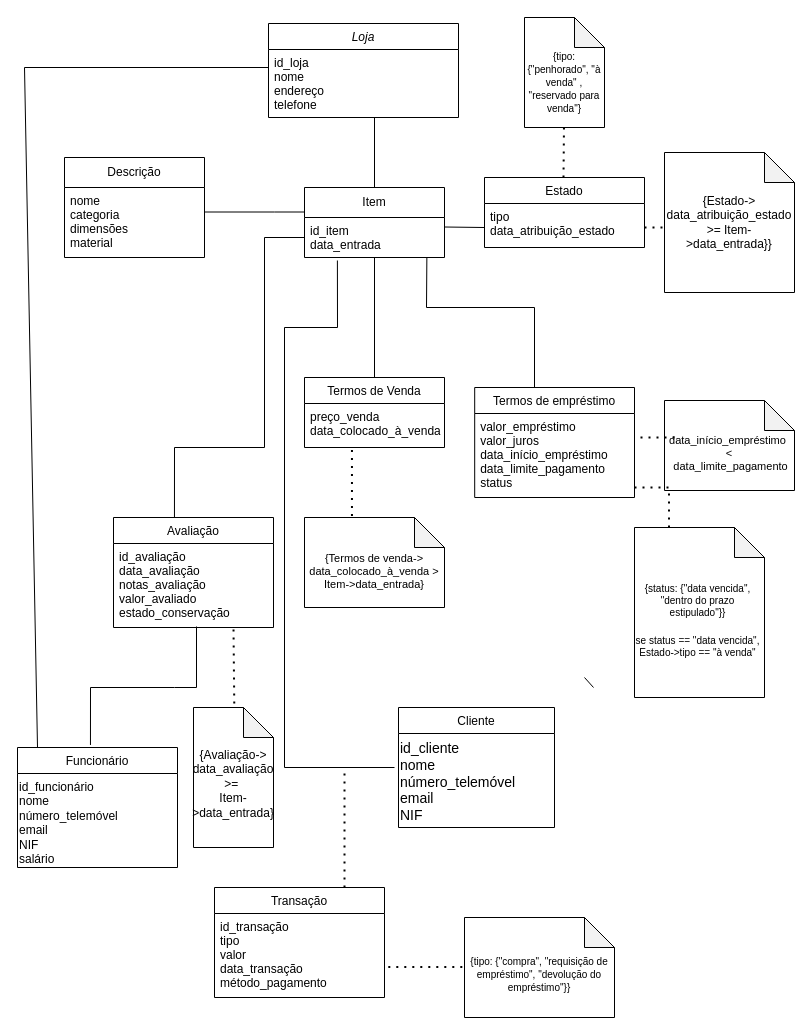
Above: bdv3.drawio in JorjaKark/bd (draw.io), before the change. Source tidied: cells renumbered, new cells numbered last; positions are measured from the earlier drawing's top-left corner, leaving out a move shared by most shapes. Both pictures are drawn from the tidied source at 100%, with x=0, y=0 at pixel (17, 17). Pictures stored in the file or linked from it are replaced by grey dashed boxes.
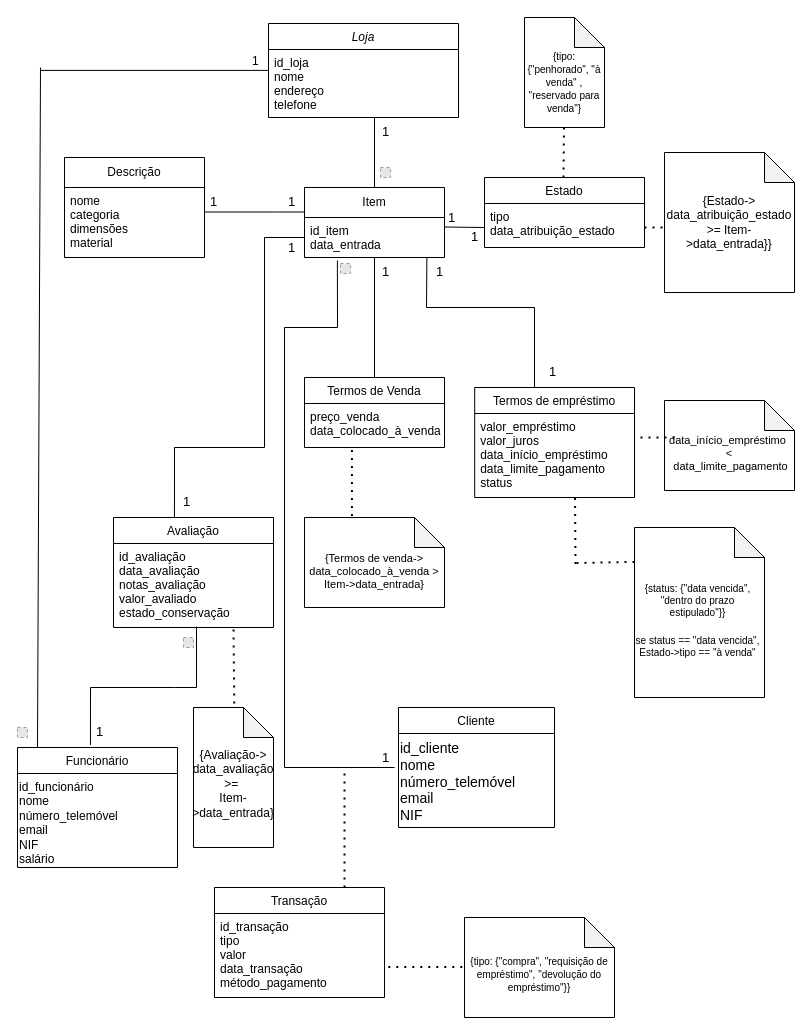
The same diagram, later.

Unchanged cells that the change refers to:
```xml
<mxCell id="3" value="Funcionário" style="swimlane;fontStyle=0;align=center;verticalAlign=top;horizontal=1;startSize=26;rounded=0;shadow=0;strokeWidth=1;" parent="1" vertex="1">
  <mxGeometry y="730" width="160" height="120" as="geometry" />
</mxCell>
<mxCell id="43" value="valor_empréstimo&#10;valor_juros&#10;data_início_empréstimo&#10;data_limite_pagamento&#10;status&#10;" style="text;align=left;verticalAlign=top;spacingLeft=4;spacingRight=4;overflow=hidden;points=[[0,0.5],[1,0.5]];portConstraint=eastwest;fontStyle=0;" parent="1" vertex="1">
  <mxGeometry x="457.2" y="396" width="159.8" height="84" as="geometry" />
</mxCell>
```

The edit, as a diff of the source:
```diff
@@
-    <mxCell id="12" style="endArrow=none;html=1;rounded=0;" parent="1" edge="1">
-      <mxGeometry relative="1" as="geometry">
-        <mxPoint x="576" y="670" as="sourcePoint" />
-        <mxPoint x="567" y="660" as="targetPoint" />
-      </mxGeometry>
-    </mxCell>
@@
     <mxCell id="24" style="endArrow=none;html=1;rounded=0;exitX=0.125;exitY=0;exitDx=0;exitDy=0;exitPerimeter=0;" parent="1" edge="1" source="3">
       <mxGeometry relative="1" as="geometry">
-        <mxPoint x="7" y="50" as="targetPoint" />
+        <mxPoint x="23" y="50" as="targetPoint" />
       </mxGeometry>
     </mxCell>
     <mxCell id="25" style="endArrow=none;html=1;rounded=0;" parent="1" edge="1">
       <mxGeometry relative="1" as="geometry">
-        <mxPoint x="7" y="50" as="sourcePoint" />
-        <mxPoint x="251" y="50" as="targetPoint" />
+        <mxPoint x="23" y="52.9" as="sourcePoint" />
+        <mxPoint x="251" y="52.9" as="targetPoint" />
       </mxGeometry>
     </mxCell>
@@
-    <mxCell id="46" style="endArrow=none;dashed=1;html=1;dashPattern=1 3;strokeWidth=2;rounded=0;" parent="1" edge="1">
+    <mxCell id="46" style="endArrow=none;dashed=1;html=1;dashPattern=1 3;strokeWidth=2;rounded=0;exitX=0.628;exitY=1.007;exitDx=0;exitDy=0;exitPerimeter=0;" parent="1" edge="1" source="43">
       <mxGeometry relative="1" as="geometry">
-        <mxPoint x="617" y="470" as="sourcePoint" />
-        <mxPoint x="657" y="470" as="targetPoint" />
+        <mxPoint x="558" y="550" as="targetPoint" />
       </mxGeometry>
     </mxCell>
-    <mxCell id="47" style="endArrow=none;dashed=1;html=1;dashPattern=1 3;strokeWidth=2;rounded=0;exitX=0.427;exitY=0.003;exitDx=0;exitDy=0;exitPerimeter=0;" parent="1" edge="1">
-      <mxGeometry relative="1" as="geometry">
-        <mxPoint x="651.5" y="510" as="sourcePoint" />
-        <mxPoint x="651.5" y="470" as="targetPoint" />
-      </mxGeometry>
-    </mxCell>
@@
+    <mxCell id="52" style="endArrow=none;dashed=1;html=1;dashPattern=1 3;strokeWidth=2;rounded=0;exitX=0.01;exitY=0.197;exitDx=0;exitDy=0;exitPerimeter=0;" parent="1" edge="1">
+      <mxGeometry relative="1" as="geometry">
+        <mxPoint x="617" y="544.4" as="sourcePoint" />
+        <mxPoint x="555.7" y="545.6" as="targetPoint" />
+      </mxGeometry>
+    </mxCell>
+    <mxCell id="53" value="1" style="text;align=left;verticalAlign=top;spacingLeft=4;spacingRight=4;overflow=hidden;fontStyle=0;" parent="1" vertex="1">
+      <mxGeometry x="229" y="30" width="22" height="30" as="geometry" />
+    </mxCell>
+    <mxCell id="54" value="1" style="text;align=left;verticalAlign=top;spacingLeft=4;spacingRight=4;overflow=hidden;fontStyle=0;fontSize=13;" parent="1" vertex="1">
+      <mxGeometry x="73" y="700" width="22" height="30" as="geometry" />
+    </mxCell>
+    <mxCell id="55" value="1" style="text;align=left;verticalAlign=top;spacingLeft=4;spacingRight=4;overflow=hidden;fontStyle=0;fontSize=13;" parent="1" vertex="1">
+      <mxGeometry x="359" y="726" width="22" height="30" as="geometry" />
+    </mxCell>
+    <mxCell id="56" value="1" style="text;align=left;verticalAlign=top;spacingLeft=4;spacingRight=4;overflow=hidden;fontStyle=0;fontSize=13;" parent="1" vertex="1">
+      <mxGeometry x="187" y="170" width="22" height="30" as="geometry" />
+    </mxCell>
+    <mxCell id="57" value="1" style="text;align=left;verticalAlign=top;spacingLeft=4;spacingRight=4;overflow=hidden;fontStyle=0;fontSize=13;" parent="1" vertex="1">
+      <mxGeometry x="265" y="170" width="22" height="30" as="geometry" />
+    </mxCell>
+    <mxCell id="58" value="1" style="text;align=left;verticalAlign=top;spacingLeft=4;spacingRight=4;overflow=hidden;fontStyle=0;fontSize=13;" parent="1" vertex="1">
+      <mxGeometry x="425" y="186" width="22" height="30" as="geometry" />
+    </mxCell>
+    <mxCell id="59" value="1" style="text;align=left;verticalAlign=top;spacingLeft=4;spacingRight=4;overflow=hidden;fontStyle=0;fontSize=13;" parent="1" vertex="1">
+      <mxGeometry x="448" y="205" width="22" height="30" as="geometry" />
+    </mxCell>
+    <mxCell id="60" value="1" style="text;align=left;verticalAlign=top;spacingLeft=4;spacingRight=4;overflow=hidden;fontStyle=0;fontSize=13;" parent="1" vertex="1">
+      <mxGeometry x="413" y="240" width="22" height="30" as="geometry" />
+    </mxCell>
+    <mxCell id="61" value="1" style="text;align=left;verticalAlign=top;spacingLeft=4;spacingRight=4;overflow=hidden;fontStyle=0;fontSize=13;" parent="1" vertex="1">
+      <mxGeometry x="526.1" y="340" width="22" height="30" as="geometry" />
+    </mxCell>
+    <mxCell id="62" value="1" style="text;align=left;verticalAlign=top;spacingLeft=4;spacingRight=4;overflow=hidden;fontStyle=0;fontSize=13;" parent="1" vertex="1">
+      <mxGeometry x="359" y="240" width="22" height="30" as="geometry" />
+    </mxCell>
+    <mxCell id="63" value="1" style="text;align=left;verticalAlign=top;spacingLeft=4;spacingRight=4;overflow=hidden;fontStyle=0;fontSize=13;" parent="1" vertex="1">
+      <mxGeometry x="359" y="100" width="22" height="30" as="geometry" />
+    </mxCell>
+    <mxCell id="64" value="1" style="text;align=left;verticalAlign=top;spacingLeft=4;spacingRight=4;overflow=hidden;fontStyle=0;fontSize=13;" parent="1" vertex="1">
+      <mxGeometry x="160" y="470" width="22" height="30" as="geometry" />
+    </mxCell>
+    <mxCell id="65" value="1" style="text;align=left;verticalAlign=top;spacingLeft=4;spacingRight=4;overflow=hidden;fontStyle=0;fontSize=13;" parent="1" vertex="1">
+      <mxGeometry x="265" y="216" width="22" height="30" as="geometry" />
+    </mxCell>
+    <mxCell id="66" style="fillColor=#E6E6E6;strokeColor=#999999;dashed=1;html=1;verticalAlign=top;verticalLabelPosition=bottom;labelBackgroundColor=#ffffff;align=center;fontFamily=Helvetica;fontSize=12;fontColor=default;" parent="1" vertex="1">
+      <mxGeometry x="363" y="150" width="10" height="10" as="geometry" />
+    </mxCell>
+    <mxCell id="67" style="fillColor=#E6E6E6;strokeColor=#999999;dashed=1;html=1;verticalAlign=top;verticalLabelPosition=bottom;labelBackgroundColor=#ffffff;align=center;fontFamily=Helvetica;fontSize=12;fontColor=default;" parent="1" vertex="1">
+      <mxGeometry x="323" y="246" width="10" height="10" as="geometry" />
+    </mxCell>
+    <mxCell id="68" style="fillColor=#E6E6E6;strokeColor=#999999;dashed=1;html=1;verticalAlign=top;verticalLabelPosition=bottom;labelBackgroundColor=#ffffff;align=center;fontFamily=Helvetica;fontSize=12;fontColor=default;" parent="1" vertex="1">
+      <mxGeometry x="166" y="620" width="10" height="10" as="geometry" />
+    </mxCell>
+    <mxCell id="69" style="fillColor=#E6E6E6;strokeColor=#999999;dashed=1;html=1;verticalAlign=top;verticalLabelPosition=bottom;labelBackgroundColor=#ffffff;align=center;fontFamily=Helvetica;fontSize=12;fontColor=default;" parent="1" vertex="1">
+      <mxGeometry y="710" width="10" height="10" as="geometry" />
+    </mxCell>
```
